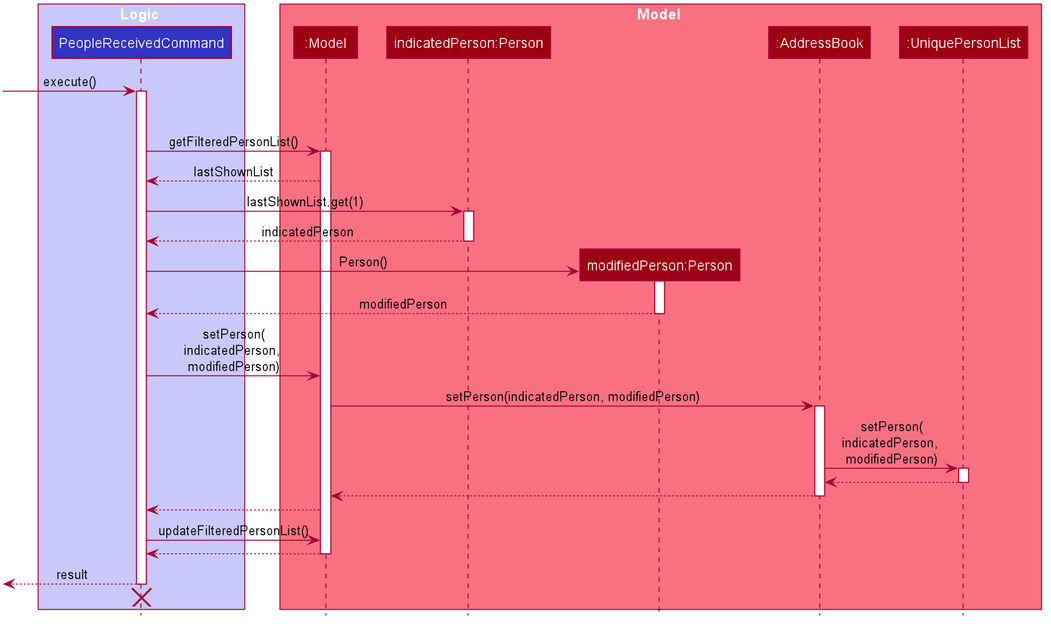
syinyichen/main keeps this PlantUML diagram as docs/images/ReceivedSequenceDiagram.png. Above is the earlier version. The source it was exported from:
```plantuml
@startuml








skinparam BackgroundColor #FFFFFFF

skinparam Shadowing false

skinparam Class {
    FontColor #FFFFFF
    BorderThickness 1
    BorderColor #FFFFFF
    StereotypeFontColor #FFFFFF
    FontName Arial
}

skinparam Actor {
    BorderColor #000000
    Color #000000
    FontName Arial
}

skinparam Sequence {
    MessageAlign center
    BoxFontSize 15
    BoxPadding 0
    BoxFontColor #FFFFFF
    FontName Arial
}

skinparam Participant {
    FontColor #FFFFFFF
    Padding 20
}

skinparam MinClassWidth 50
skinparam ParticipantPadding 10
skinparam Shadowing false
skinparam DefaultTextAlignment center
skinparam packageStyle Rectangle

hide footbox
hide members
hide circle

box Logic #C8C8FA
participant "PeopleReceivedCommand" as PeopleReceivedCommand #3333C4
end box

box Model #F97181
participant ":Model" as Model #9D0012
participant "indicatedPerson:Person" as indicatedPerson #9D0012
participant "modifiedPerson:Person" as modifiedPerson #9D0012
participant ":AddressBook" as AddressBook #9D0012
participant ":UniquePersonList" as UniquePersonList #9D0012
end box
[-> PeopleReceivedCommand : execute()
activate PeopleReceivedCommand

[-[hidden]> PeopleReceivedCommand : a very long long text

PeopleReceivedCommand -> Model : getFilteredPersonList()
activate Model

Model --> PeopleReceivedCommand : lastShownList

PeopleReceivedCommand -> indicatedPerson : lastShownList.get(1)
activate indicatedPerson

indicatedPerson --> PeopleReceivedCommand : indicatedPerson
deactivate indicatedPerson

create modifiedPerson
PeopleReceivedCommand -> modifiedPerson : Person()
activate modifiedPerson

modifiedPerson --> PeopleReceivedCommand : modifiedPerson
deactivate modifiedPerson

PeopleReceivedCommand -> Model : setPerson(\nindicatedPerson, \nmodifiedPerson)

Model -> AddressBook : setPerson(indicatedPerson, modifiedPerson)
activate AddressBook

AddressBook -> UniquePersonList : setPerson(\nindicatedPerson, \nmodifiedPerson)
activate UniquePersonList

UniquePersonList --> AddressBook
deactivate UniquePersonList

AddressBook --> Model
deactivate AddressBook

Model --> PeopleReceivedCommand

PeopleReceivedCommand -> Model : updateFilteredPersonList()

Model --> PeopleReceivedCommand
deactivate Model

[<--PeopleReceivedCommand : result
deactivate PeopleReceivedCommand
[<-[hidden]-PeopleReceivedCommand
destroy PeopleReceivedCommand

@enduml
```
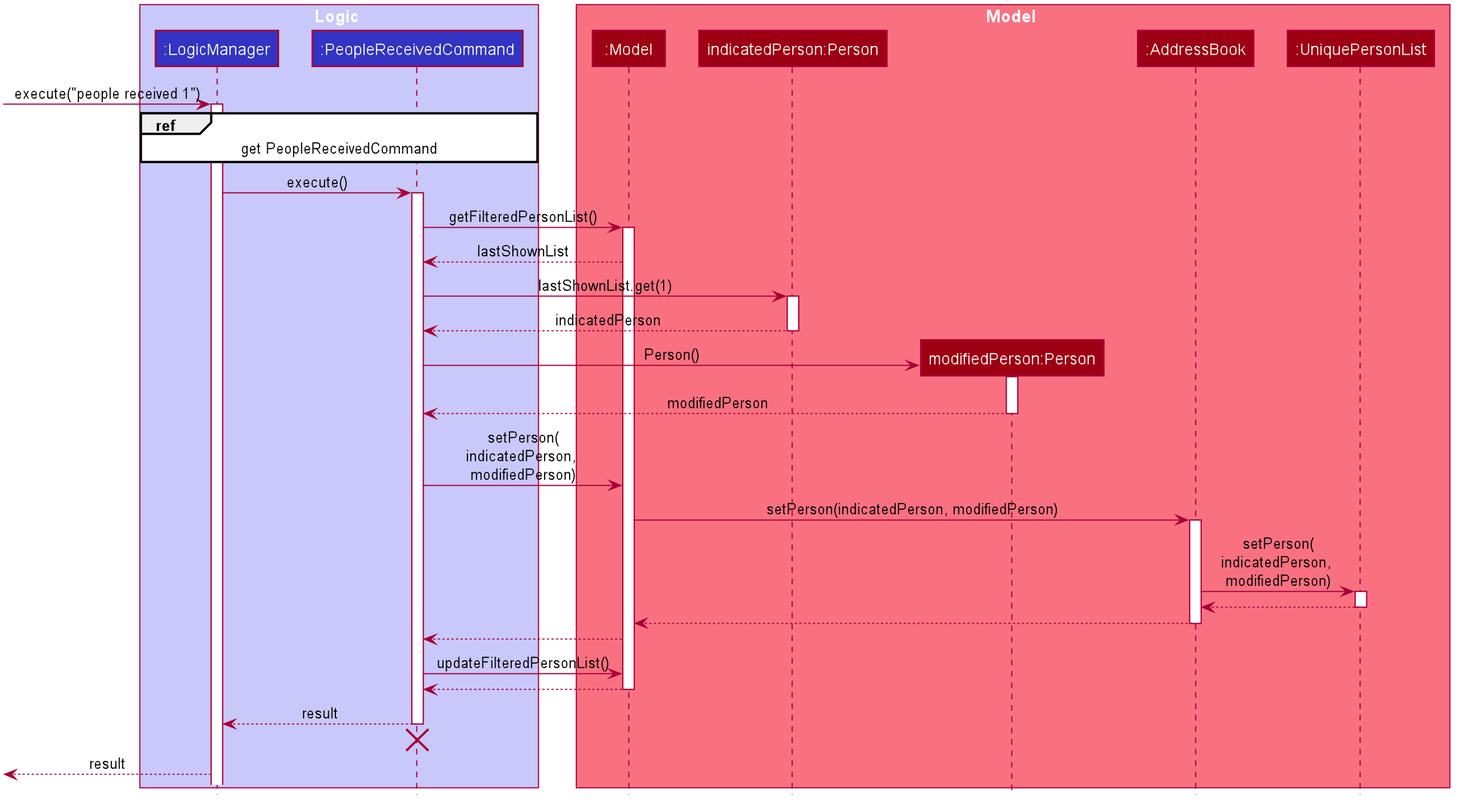
The same file after the commit.

Change to the diagram source:
```diff
@@ -17,6 +17,8 @@
     BorderColor #FFFFFF
     StereotypeFontColor #FFFFFF
     FontName Arial
+    AttributeFontColor #FFFFFF
+    AttributeFontName Arial
 }
 
 skinparam Actor {
@@ -49,7 +51,8 @@
 hide circle
 
 box Logic #C8C8FA
-participant "PeopleReceivedCommand" as PeopleReceivedCommand #3333C4
+participant ":LogicManager" as LogicManager #3333C4
+participant ":PeopleReceivedCommand" as PeopleReceivedCommand #3333C4
 end box
 
 box Model #F97181
@@ -59,10 +62,14 @@
 participant ":AddressBook" as AddressBook #9D0012
 participant ":UniquePersonList" as UniquePersonList #9D0012
 end box
-[-> PeopleReceivedCommand : execute()
+
+[-> LogicManager : execute("people received 1")
+activate LogicManager
+
+ref over LogicManager, PeopleReceivedCommand : get PeopleReceivedCommand
+
+LogicManager -> PeopleReceivedCommand : execute()
 activate PeopleReceivedCommand
-
-[-[hidden]> PeopleReceivedCommand : a very long long text
 
 PeopleReceivedCommand -> Model : getFilteredPersonList()
 activate Model
@@ -103,9 +110,11 @@
 Model --> PeopleReceivedCommand
 deactivate Model
 
-[<--PeopleReceivedCommand : result
+PeopleReceivedCommand --> LogicManager : result
 deactivate PeopleReceivedCommand
 [<-[hidden]-PeopleReceivedCommand
 destroy PeopleReceivedCommand
 
+[<-- LogicManager : result
+
 @enduml
```
